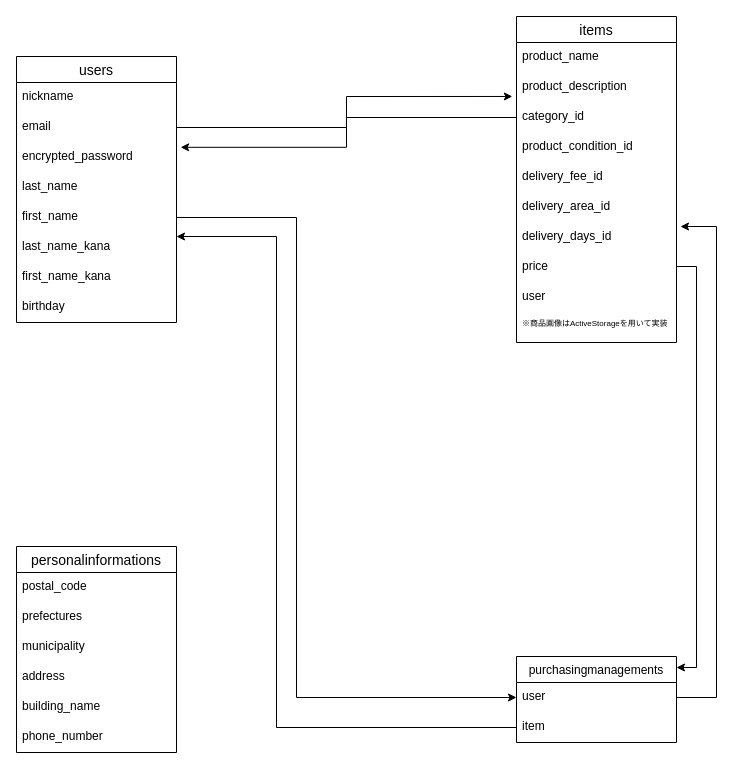
yonblog/furima-34814 keeps this draw.io diagram as db_er.dio. Above is the earlier version. Source tidied: cells renumbered, new cells numbered last; positions are measured from the earlier drawing's top-left corner, leaving out a move shared by most shapes. Both pictures are drawn from the tidied source at 100%, with x=0, y=0 at pixel (16, 16).
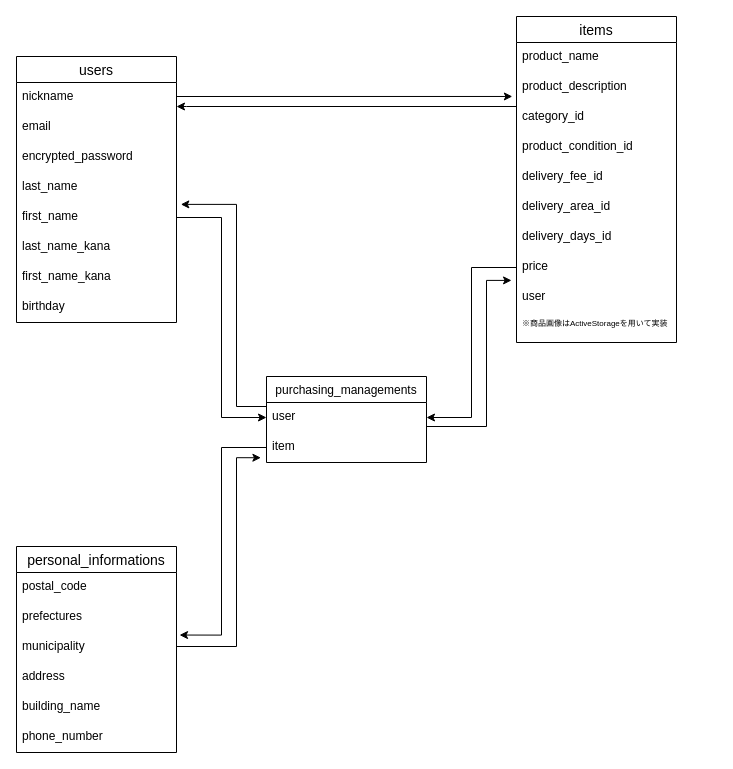
The same page after the edit.

Commit message (it also covers changes not shown here):
カラムの修正

The change refers to these unchanged cells:
```xml
<mxCell id="4" value="email" style="text;strokeColor=none;fillColor=none;spacingLeft=4;spacingRight=4;overflow=hidden;points=[[0,0.5],[1,0.5]];portConstraint=eastwest;fontSize=12;" parent="2" vertex="1">
  <mxGeometry y="56" width="160" height="30" as="geometry" />
</mxCell>
<mxCell id="5" value="encrypted_password" style="text;strokeColor=none;fillColor=none;spacingLeft=4;spacingRight=4;overflow=hidden;points=[[0,0.5],[1,0.5]];portConstraint=eastwest;fontSize=12;" parent="2" vertex="1">
  <mxGeometry y="86" width="160" height="30" as="geometry" />
</mxCell>
<mxCell id="6" value="last_name" style="text;strokeColor=none;fillColor=none;spacingLeft=4;spacingRight=4;overflow=hidden;points=[[0,0.5],[1,0.5]];portConstraint=eastwest;fontSize=12;" parent="2" vertex="1">
  <mxGeometry y="116" width="160" height="30" as="geometry" />
</mxCell>
<mxCell id="7" value="first_name" style="text;strokeColor=none;fillColor=none;spacingLeft=4;spacingRight=4;overflow=hidden;points=[[0,0.5],[1,0.5]];portConstraint=eastwest;fontSize=12;" parent="2" vertex="1">
  <mxGeometry y="146" width="160" height="30" as="geometry" />
</mxCell>
<mxCell id="14" value="municipality" style="text;strokeColor=none;fillColor=none;spacingLeft=4;spacingRight=4;overflow=hidden;points=[[0,0.5],[1,0.5]];portConstraint=eastwest;fontSize=12;" parent="11" vertex="1">
  <mxGeometry y="86" width="160" height="30" as="geometry" />
</mxCell>
<mxCell id="15" value="address" style="text;strokeColor=none;fillColor=none;spacingLeft=4;spacingRight=4;overflow=hidden;points=[[0,0.5],[1,0.5]];portConstraint=eastwest;fontSize=12;" parent="11" vertex="1">
  <mxGeometry y="116" width="160" height="30" as="geometry" />
</mxCell>
<mxCell id="19" value="user" style="text;strokeColor=none;fillColor=none;spacingLeft=4;spacingRight=4;overflow=hidden;points=[[0,0.5],[1,0.5]];portConstraint=eastwest;fontSize=12;" parent="18" vertex="1">
  <mxGeometry y="26" width="160" height="30" as="geometry" />
</mxCell>
<mxCell id="20" value="item" style="text;strokeColor=none;fillColor=none;spacingLeft=4;spacingRight=4;overflow=hidden;points=[[0,0.5],[1,0.5]];portConstraint=eastwest;fontSize=12;" parent="18" vertex="1">
  <mxGeometry y="56" width="160" height="30" as="geometry" />
</mxCell>
<mxCell id="23" value="product_description" style="text;strokeColor=none;fillColor=none;spacingLeft=4;spacingRight=4;overflow=hidden;points=[[0,0.5],[1,0.5]];portConstraint=eastwest;fontSize=12;" parent="21" vertex="1">
  <mxGeometry y="56" width="160" height="30" as="geometry" />
</mxCell>
<mxCell id="24" value="category_id" style="text;strokeColor=none;fillColor=none;spacingLeft=4;spacingRight=4;overflow=hidden;points=[[0,0.5],[1,0.5]];portConstraint=eastwest;fontSize=12;" parent="21" vertex="1">
  <mxGeometry y="86" width="160" height="30" as="geometry" />
</mxCell>
<mxCell id="28" value="delivery_days_id" style="text;strokeColor=none;fillColor=none;spacingLeft=4;spacingRight=4;overflow=hidden;points=[[0,0.5],[1,0.5]];portConstraint=eastwest;fontSize=12;" parent="21" vertex="1">
  <mxGeometry y="206" width="160" height="30" as="geometry" />
</mxCell>
<mxCell id="29" value="price" style="text;strokeColor=none;fillColor=none;spacingLeft=4;spacingRight=4;overflow=hidden;points=[[0,0.5],[1,0.5]];portConstraint=eastwest;fontSize=12;" parent="21" vertex="1">
  <mxGeometry y="236" width="160" height="30" as="geometry" />
</mxCell>
<mxCell id="30" value="user" style="text;strokeColor=none;fillColor=none;spacingLeft=4;spacingRight=4;overflow=hidden;points=[[0,0.5],[1,0.5]];portConstraint=eastwest;fontSize=12;" parent="21" vertex="1">
  <mxGeometry y="266" width="160" height="30" as="geometry" />
</mxCell>
```

Diff of the diagram source:
```diff
@@
-    <mxCell id="11" value="personalinformations" style="swimlane;fontStyle=0;horizontal=1;startSize=26;align=center;fontSize=14;" parent="1" vertex="1">
+    <mxCell id="11" value="personal_informations" style="swimlane;fontStyle=0;horizontal=1;startSize=26;align=center;fontSize=14;" parent="1" vertex="1">
       <mxGeometry y="530" width="160" height="206" as="geometry" />
     </mxCell>
@@
+    <mxCell id="38" style="edgeStyle=orthogonalEdgeStyle;rounded=0;jettySize=auto;html=1;exitX=0;exitY=0.25;exitDx=0;exitDy=0;entryX=1.027;entryY=1.063;entryDx=0;entryDy=0;entryPerimeter=0;fontSize=12;" parent="1" edge="1" source="18" target="6">
+      <mxGeometry relative="1" as="geometry">
+        <Array as="points">
+          <mxPoint x="250" y="390" />
+          <mxPoint x="220" y="390" />
+          <mxPoint x="220" y="188" />
+        </Array>
+      </mxGeometry>
+    </mxCell>
-    <mxCell id="18" value="purchasingmanagements" style="swimlane;fontStyle=0;horizontal=1;startSize=26;align=center;fontSize=12;" parent="1" vertex="1">
-      <mxGeometry x="500" y="640" width="160" height="86" as="geometry" />
+    <mxCell id="18" value="purchasing_managements" style="swimlane;fontStyle=0;horizontal=1;startSize=26;align=center;fontSize=12;" parent="1" vertex="1">
+      <mxGeometry x="250" y="360" width="160" height="86" as="geometry" />
     </mxCell>
@@
     <mxCell id="32" style="edgeStyle=orthogonalEdgeStyle;rounded=0;jettySize=auto;html=1;exitX=1;exitY=0.5;exitDx=0;exitDy=0;entryX=-0.026;entryY=0.799;entryDx=0;entryDy=0;entryPerimeter=0;" parent="1" edge="1" source="4" target="23">
       <mxGeometry relative="1" as="geometry">
         <Array as="points">
-          <mxPoint x="330" y="111" />
+          <mxPoint x="160" y="80" />
         </Array>
       </mxGeometry>
     </mxCell>
-    <mxCell id="33" style="edgeStyle=orthogonalEdgeStyle;rounded=0;jettySize=auto;html=1;exitX=0;exitY=0.5;exitDx=0;exitDy=0;entryX=1.026;entryY=0.16;entryDx=0;entryDy=0;entryPerimeter=0;" parent="1" edge="1" source="24" target="5">
-      <mxGeometry relative="1" as="geometry" />
+    <mxCell id="33" style="edgeStyle=orthogonalEdgeStyle;rounded=0;jettySize=auto;html=1;exitX=0;exitY=0.5;exitDx=0;exitDy=0;" parent="1" edge="1" source="24">
+      <mxGeometry relative="1" as="geometry">
+        <mxPoint x="160" y="90" as="targetPoint" />
+        <Array as="points">
+          <mxPoint x="500" y="90" />
+          <mxPoint x="170" y="90" />
+        </Array>
+      </mxGeometry>
     </mxCell>
-    <mxCell id="34" style="edgeStyle=orthogonalEdgeStyle;rounded=0;jettySize=auto;html=1;exitX=1;exitY=0.5;exitDx=0;exitDy=0;entryX=1;entryY=0.5;entryDx=0;entryDy=0;" parent="1" edge="1" source="28">
-      <mxGeometry relative="1" as="geometry">
-        <mxPoint x="660" y="651" as="targetPoint" />
-        <Array as="points">
-          <mxPoint x="660" y="250" />
-          <mxPoint x="680" y="250" />
-          <mxPoint x="680" y="651" />
-        </Array>
-      </mxGeometry>
-    </mxCell>
-    <mxCell id="35" style="edgeStyle=orthogonalEdgeStyle;rounded=0;jettySize=auto;html=1;exitX=1;exitY=0.5;exitDx=0;exitDy=0;" parent="1" edge="1" source="19">
-      <mxGeometry relative="1" as="geometry">
-        <mxPoint x="664" y="210" as="targetPoint" />
-        <Array as="points">
-          <mxPoint x="700" y="681" />
-          <mxPoint x="700" y="210" />
-        </Array>
-      </mxGeometry>
-    </mxCell>
+    <mxCell id="39" style="edgeStyle=orthogonalEdgeStyle;rounded=0;jettySize=auto;html=1;exitX=0;exitY=0.5;exitDx=0;exitDy=0;entryX=1;entryY=0.5;entryDx=0;entryDy=0;fontSize=12;" parent="1" edge="1" source="29" target="19">
+      <mxGeometry relative="1" as="geometry" />
+    </mxCell>
+    <mxCell id="40" style="edgeStyle=orthogonalEdgeStyle;rounded=0;jettySize=auto;html=1;exitX=1;exitY=0.5;exitDx=0;exitDy=0;entryX=-0.031;entryY=-0.07;entryDx=0;entryDy=0;entryPerimeter=0;fontSize=12;" parent="1" edge="1" source="20" target="30">
+      <mxGeometry relative="1" as="geometry">
+        <Array as="points">
+          <mxPoint x="410" y="410" />
+          <mxPoint x="470" y="410" />
+          <mxPoint x="470" y="264" />
+        </Array>
+      </mxGeometry>
+    </mxCell>
-    <mxCell id="36" style="edgeStyle=orthogonalEdgeStyle;rounded=0;jettySize=auto;html=1;exitX=1;exitY=0.5;exitDx=0;exitDy=0;entryX=0;entryY=0.5;entryDx=0;entryDy=0;" parent="1" edge="1" source="7" target="19">
+    <mxCell id="36" style="edgeStyle=orthogonalEdgeStyle;rounded=0;jettySize=auto;html=1;exitX=1;exitY=0.5;exitDx=0;exitDy=0;entryX=0;entryY=0.5;entryDx=0;entryDy=0;fontSize=12;" parent="1" edge="1" source="7" target="19">
       <mxGeometry relative="1" as="geometry">
         <Array as="points">
-          <mxPoint x="280" y="201" />
-          <mxPoint x="280" y="681" />
+          <mxPoint x="205" y="201" />
+          <mxPoint x="205" y="401" />
         </Array>
       </mxGeometry>
     </mxCell>
-    <mxCell id="37" style="edgeStyle=orthogonalEdgeStyle;rounded=0;jettySize=auto;html=1;exitX=0;exitY=0.5;exitDx=0;exitDy=0;" parent="1" edge="1" source="20">
-      <mxGeometry relative="1" as="geometry">
-        <mxPoint x="160" y="220" as="targetPoint" />
-        <Array as="points">
-          <mxPoint x="260" y="711" />
-          <mxPoint x="260" y="220" />
-          <mxPoint x="160" y="220" />
-        </Array>
-      </mxGeometry>
-    </mxCell>
+    <mxCell id="41" style="edgeStyle=orthogonalEdgeStyle;rounded=0;jettySize=auto;html=1;exitX=0;exitY=0.5;exitDx=0;exitDy=0;entryX=1.019;entryY=0.085;entryDx=0;entryDy=0;entryPerimeter=0;fontSize=12;" parent="1" edge="1" source="20" target="14">
+      <mxGeometry relative="1" as="geometry" />
+    </mxCell>
+    <mxCell id="42" style="edgeStyle=orthogonalEdgeStyle;rounded=0;jettySize=auto;html=1;exitX=1;exitY=0.5;exitDx=0;exitDy=0;entryX=-0.035;entryY=0.841;entryDx=0;entryDy=0;entryPerimeter=0;fontSize=12;" parent="1" edge="1" source="15" target="20">
+      <mxGeometry relative="1" as="geometry">
+        <Array as="points">
+          <mxPoint x="160" y="630" />
+          <mxPoint x="220" y="630" />
+          <mxPoint x="220" y="441" />
+        </Array>
+      </mxGeometry>
+    </mxCell>
```
